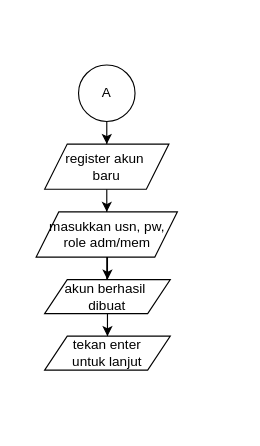
Earlier version of the draw.io diagram A1-2025/flowchart posttest apd 5 regis.drawio (cipa-dev/praktikum-apd). Source tidied: cells renumbered, new cells numbered last; positions are measured from the earlier drawing's top-left corner, leaving out a move shared by most shapes. Both pictures are drawn from the tidied source at 113%, with x=0, y=0 at pixel (36, 64).
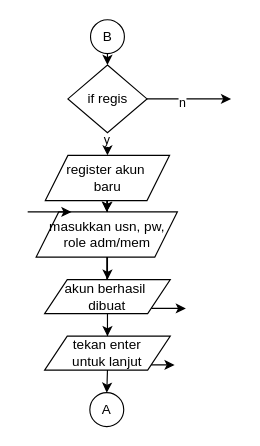
The same page after the edit.

The change refers to these unchanged cells:
```xml
<mxCell id="7" value="masukkan usn,&amp;nbsp;&lt;span style=&quot;background-color: transparent; color: light-dark(rgb(0, 0, 0), rgb(255, 255, 255));&quot;&gt;pw, role adm/mem&lt;/span&gt;" style="shape=parallelogram;perimeter=parallelogramPerimeter;whiteSpace=wrap;html=1;fixedSize=1;" parent="1" vertex="1">
  <mxGeometry x="-0.5" y="130" width="125" height="40" as="geometry" />
</mxCell>
<mxCell id="9" value="akun berhasil&amp;nbsp;&lt;div&gt;dibuat&lt;/div&gt;" style="shape=parallelogram;perimeter=parallelogramPerimeter;whiteSpace=wrap;html=1;fixedSize=1;" parent="1" vertex="1">
  <mxGeometry x="7" y="190" width="111.2" height="30" as="geometry" />
</mxCell>
<mxCell id="10" value="tekan enter&lt;div&gt;untuk lanjut&lt;/div&gt;" style="shape=parallelogram;perimeter=parallelogramPerimeter;whiteSpace=wrap;html=1;fixedSize=1;" parent="1" vertex="1">
  <mxGeometry x="7" y="240" width="111.2" height="30" as="geometry" />
</mxCell>
```

The edit, as a diff of the source:
```diff
@@
-    <mxCell id="2" style="edgeStyle=orthogonalEdgeStyle;rounded=0;jettySize=auto;html=1;" parent="1" edge="1" source="3" target="5">
-      <mxGeometry relative="1" as="geometry" />
-    </mxCell>
+    <mxCell id="11" style="edgeStyle=orthogonalEdgeStyle;rounded=0;jettySize=auto;html=1;exitX=0.5;exitY=1;exitDx=0;exitDy=0;entryX=0.5;entryY=0;entryDx=0;entryDy=0;" parent="1" edge="1" source="3" target="22">
+      <mxGeometry relative="1" as="geometry" />
+    </mxCell>
-    <mxCell id="3" value="A" style="ellipse;whiteSpace=wrap;html=1;" parent="1" vertex="1">
-      <mxGeometry x="37" width="50" height="50" as="geometry" />
+    <mxCell id="3" value="B" style="ellipse;whiteSpace=wrap;html=1;" parent="1" vertex="1">
+      <mxGeometry x="47.6" y="-40" width="30" height="30" as="geometry" />
     </mxCell>
@@
+    <mxCell id="12" style="edgeStyle=orthogonalEdgeStyle;rounded=0;jettySize=auto;html=1;exitX=0.5;exitY=1;exitDx=0;exitDy=0;entryX=0.5;entryY=0;entryDx=0;entryDy=0;" parent="1" edge="1" source="5" target="7">
+      <mxGeometry relative="1" as="geometry" />
+    </mxCell>
     <mxCell id="5" value="register akun&amp;nbsp;&lt;div&gt;baru&lt;/div&gt;" style="shape=parallelogram;perimeter=parallelogramPerimeter;whiteSpace=wrap;html=1;fixedSize=1;" parent="1" vertex="1">
-      <mxGeometry x="7" y="70" width="110" height="40" as="geometry" />
+      <mxGeometry x="7.6" y="80" width="110" height="40" as="geometry" />
     </mxCell>
@@
+    <mxCell id="13" style="edgeStyle=orthogonalEdgeStyle;rounded=0;jettySize=auto;html=1;exitX=1;exitY=1;exitDx=0;exitDy=0;" parent="1" edge="1" source="9">
+      <mxGeometry relative="1" as="geometry">
+        <mxPoint x="132" y="215" as="targetPoint" />
+      </mxGeometry>
+    </mxCell>
@@
+    <mxCell id="14" style="edgeStyle=orthogonalEdgeStyle;rounded=0;jettySize=auto;html=1;exitX=0.5;exitY=1;exitDx=0;exitDy=0;entryX=0.5;entryY=0;entryDx=0;entryDy=0;" parent="1" edge="1" source="10" target="17">
+      <mxGeometry relative="1" as="geometry" />
+    </mxCell>
+    <mxCell id="15" style="edgeStyle=orthogonalEdgeStyle;rounded=0;jettySize=auto;html=1;exitX=1;exitY=1;exitDx=0;exitDy=0;" parent="1" edge="1" source="10">
+      <mxGeometry relative="1" as="geometry">
+        <mxPoint x="122" y="265" as="targetPoint" />
+      </mxGeometry>
+    </mxCell>
@@
+    <mxCell id="16" style="endArrow=classic;html=1;rounded=0;entryX=0.25;entryY=0;entryDx=0;entryDy=0;" parent="1" edge="1" target="7">
+      <mxGeometry relative="1" as="geometry">
+        <mxPoint x="-8" y="130" as="sourcePoint" />
+      </mxGeometry>
+    </mxCell>
+    <mxCell id="17" value="A" style="ellipse;whiteSpace=wrap;html=1;" parent="1" vertex="1">
+      <mxGeometry x="47" y="290" width="30" height="30" as="geometry" />
+    </mxCell>
+    <mxCell id="18" style="edgeStyle=orthogonalEdgeStyle;rounded=0;jettySize=auto;html=1;exitX=0.5;exitY=1;exitDx=0;exitDy=0;entryX=0.5;entryY=0;entryDx=0;entryDy=0;" parent="1" edge="1" source="22" target="5">
+      <mxGeometry relative="1" as="geometry" />
+    </mxCell>
+    <mxCell id="19" value="y" style="edgeLabel;html=1;align=center;verticalAlign=middle;" parent="18" vertex="1">
+      <mxGeometry x="-0.5" y="-1" relative="1" as="geometry" />
+    </mxCell>
+    <mxCell id="20" style="edgeStyle=orthogonalEdgeStyle;rounded=0;jettySize=auto;html=1;exitX=1;exitY=0.5;exitDx=0;exitDy=0;" parent="1" edge="1" source="22">
+      <mxGeometry relative="1" as="geometry">
+        <mxPoint x="172" y="30" as="targetPoint" />
+      </mxGeometry>
+    </mxCell>
+    <mxCell id="21" value="n" style="edgeLabel;html=1;align=center;verticalAlign=middle;" parent="20" vertex="1">
+      <mxGeometry x="-0.18" y="-3" relative="1" as="geometry" />
+    </mxCell>
+    <mxCell id="22" value="if regis" style="rhombus;whiteSpace=wrap;html=1;" parent="1" vertex="1">
+      <mxGeometry x="27.6" width="70" height="60" as="geometry" />
+    </mxCell>
```
